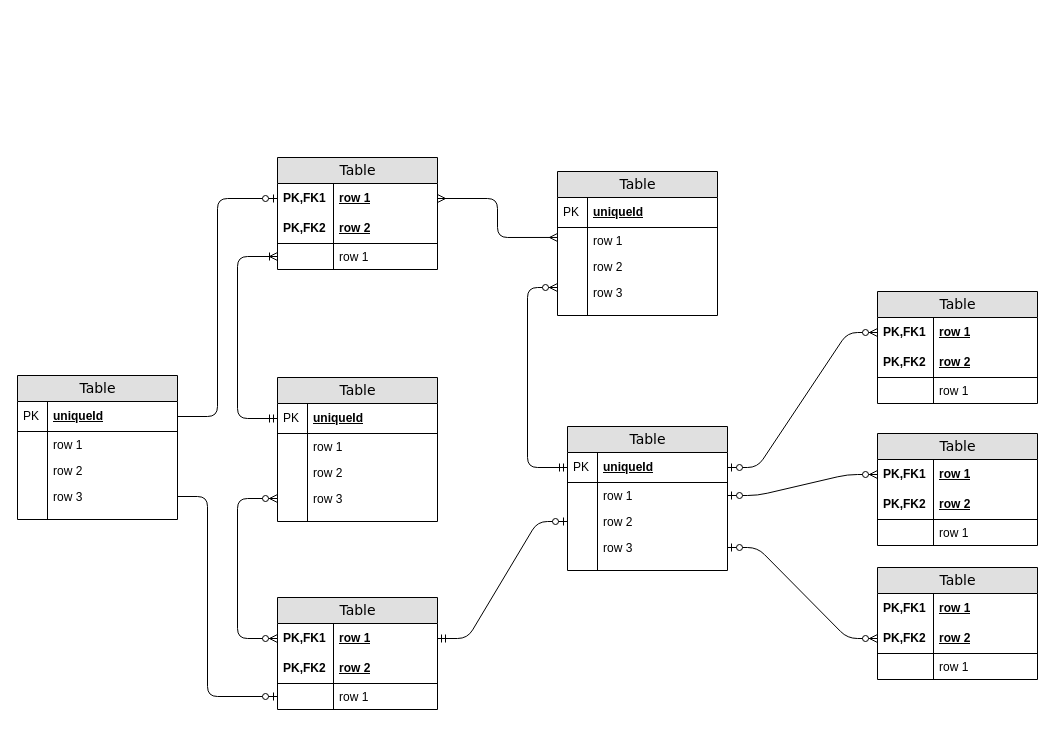
This is Untitled Diagram.drawio from jonasnapoles/projectFinalDocs, a draw.io file, before an edit. Source tidied: cells renumbered, new cells numbered last; positions are measured from the earlier drawing's top-left corner, leaving out a move shared by most shapes. Both pictures are drawn from the tidied source at 100%, with x=0, y=0 at pixel (17, 157).
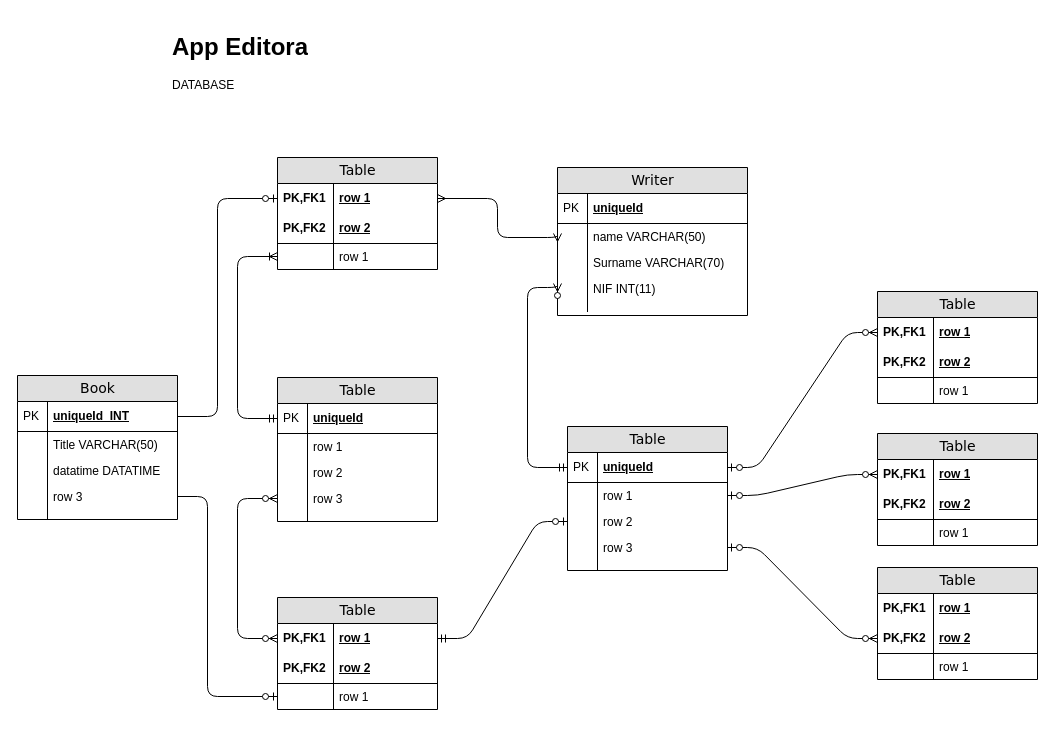
After the change.

Change to the diagram source:
```diff
@@
-    <mxCell id="9" value="Table" style="swimlane;html=1;fontStyle=0;horizontal=1;startSize=26;fillColor=#e0e0e0;swimlaneFillColor=#ffffff;align=center;rounded=0;shadow=0;comic=0;labelBackgroundColor=none;strokeWidth=1;fontFamily=Verdana;fontSize=14;swimlaneLine=1;" parent="1" vertex="1">
-      <mxGeometry x="540" y="14" width="160" height="144" as="geometry" />
+    <mxCell id="9" value="Writer" style="swimlane;html=1;fontStyle=0;horizontal=1;startSize=26;fillColor=#e0e0e0;swimlaneFillColor=#ffffff;align=center;rounded=0;shadow=0;comic=0;labelBackgroundColor=none;strokeWidth=1;fontFamily=Verdana;fontSize=14;swimlaneLine=1;" parent="1" vertex="1">
+      <mxGeometry x="540" y="10" width="190" height="148" as="geometry" />
     </mxCell>
     <mxCell id="10" value="uniqueId" style="shape=partialRectangle;top=0;left=0;right=0;bottom=1;html=1;align=left;verticalAlign=middle;fillColor=none;spacingLeft=34;spacingRight=4;whiteSpace=wrap;overflow=hidden;fontStyle=5;" parent="9" vertex="1">
-      <mxGeometry y="26" width="160" height="30" as="geometry" />
+      <mxGeometry y="26" width="190" height="30" as="geometry" />
     </mxCell>
@@
-    <mxCell id="12" value="row 1" style="shape=partialRectangle;top=0;left=0;right=0;bottom=0;html=1;align=left;verticalAlign=top;fillColor=none;spacingLeft=34;spacingRight=4;whiteSpace=wrap;overflow=hidden;points=[[0,0.5],[1,0.5]];portConstraint=eastwest;" parent="9" vertex="1">
-      <mxGeometry y="56" width="160" height="26" as="geometry" />
+    <mxCell id="12" value="name VARCHAR(50)" style="shape=partialRectangle;top=0;left=0;right=0;bottom=0;html=1;align=left;verticalAlign=top;fillColor=none;spacingLeft=34;spacingRight=4;whiteSpace=wrap;overflow=hidden;points=[[0,0.5],[1,0.5]];portConstraint=eastwest;" parent="9" vertex="1">
+      <mxGeometry y="56" width="190" height="26" as="geometry" />
     </mxCell>
@@
-    <mxCell id="14" value="row 2" style="shape=partialRectangle;top=0;left=0;right=0;bottom=0;html=1;align=left;verticalAlign=top;fillColor=none;spacingLeft=34;spacingRight=4;whiteSpace=wrap;overflow=hidden;" parent="9" vertex="1">
-      <mxGeometry y="82" width="160" height="26" as="geometry" />
+    <mxCell id="14" value="Surname VARCHAR(70)" style="shape=partialRectangle;top=0;left=0;right=0;bottom=0;html=1;align=left;verticalAlign=top;fillColor=none;spacingLeft=34;spacingRight=4;whiteSpace=wrap;overflow=hidden;" parent="9" vertex="1">
+      <mxGeometry y="82" width="190" height="26" as="geometry" />
     </mxCell>
@@
-    <mxCell id="16" value="row 3" style="shape=partialRectangle;top=0;left=0;right=0;bottom=0;html=1;align=left;verticalAlign=top;fillColor=none;spacingLeft=34;spacingRight=4;whiteSpace=wrap;overflow=hidden;points=[[0,0.5],[1,0.5]];portConstraint=eastwest;" parent="9" vertex="1">
-      <mxGeometry y="108" width="160" height="26" as="geometry" />
+    <mxCell id="16" value="NIF INT(11)" style="shape=partialRectangle;top=0;left=0;right=0;bottom=0;html=1;align=left;verticalAlign=top;fillColor=none;spacingLeft=34;spacingRight=4;whiteSpace=wrap;overflow=hidden;points=[[0,0.5],[1,0.5]];portConstraint=eastwest;" parent="9" vertex="1">
+      <mxGeometry y="108" width="190" height="26" as="geometry" />
     </mxCell>
@@
     <mxCell id="18" style="shape=partialRectangle;top=0;left=0;right=0;bottom=0;html=1;align=left;verticalAlign=top;fillColor=none;spacingLeft=34;spacingRight=4;whiteSpace=wrap;overflow=hidden;" parent="9" vertex="1">
-      <mxGeometry y="134" width="160" height="10" as="geometry" />
+      <mxGeometry y="134" width="190" height="10" as="geometry" />
     </mxCell>
@@
-    <mxCell id="78" value="Table" style="swimlane;html=1;fontStyle=0;horizontal=1;startSize=26;fillColor=#e0e0e0;swimlaneFillColor=#ffffff;align=center;rounded=0;shadow=0;comic=0;labelBackgroundColor=none;strokeWidth=1;fontFamily=Verdana;fontSize=14;" parent="1" vertex="1">
+    <mxCell id="78" value="Book" style="swimlane;html=1;fontStyle=0;horizontal=1;startSize=26;fillColor=#e0e0e0;swimlaneFillColor=#ffffff;align=center;rounded=0;shadow=0;comic=0;labelBackgroundColor=none;strokeWidth=1;fontFamily=Verdana;fontSize=14;" parent="1" vertex="1">
       <mxGeometry y="218" width="160" height="144" as="geometry" />
     </mxCell>
-    <mxCell id="79" value="uniqueId" style="shape=partialRectangle;top=0;left=0;right=0;bottom=1;html=1;align=left;verticalAlign=middle;fillColor=none;spacingLeft=34;spacingRight=4;whiteSpace=wrap;overflow=hidden;points=[[0,0.5],[1,0.5]];portConstraint=eastwest;fontStyle=5;" parent="78" vertex="1">
+    <mxCell id="79" value="uniqueId_INT" style="shape=partialRectangle;top=0;left=0;right=0;bottom=1;html=1;align=left;verticalAlign=middle;fillColor=none;spacingLeft=34;spacingRight=4;whiteSpace=wrap;overflow=hidden;points=[[0,0.5],[1,0.5]];portConstraint=eastwest;fontStyle=5;" parent="78" vertex="1">
       <mxGeometry y="26" width="160" height="30" as="geometry" />
     </mxCell>
@@
-    <mxCell id="81" value="row 1" style="shape=partialRectangle;top=0;left=0;right=0;bottom=0;html=1;align=left;verticalAlign=top;fillColor=none;spacingLeft=34;spacingRight=4;whiteSpace=wrap;overflow=hidden;" parent="78" vertex="1">
+    <mxCell id="81" value="Title VARCHAR(50)" style="shape=partialRectangle;top=0;left=0;right=0;bottom=0;html=1;align=left;verticalAlign=top;fillColor=none;spacingLeft=34;spacingRight=4;whiteSpace=wrap;overflow=hidden;" parent="78" vertex="1">
       <mxGeometry y="56" width="160" height="26" as="geometry" />
     </mxCell>
@@
-    <mxCell id="83" value="row 2" style="shape=partialRectangle;top=0;left=0;right=0;bottom=0;html=1;align=left;verticalAlign=top;fillColor=none;spacingLeft=34;spacingRight=4;whiteSpace=wrap;overflow=hidden;" parent="78" vertex="1">
+    <mxCell id="83" value="datatime DATATIME" style="shape=partialRectangle;top=0;left=0;right=0;bottom=0;html=1;align=left;verticalAlign=top;fillColor=none;spacingLeft=34;spacingRight=4;whiteSpace=wrap;overflow=hidden;" parent="78" vertex="1">
       <mxGeometry y="82" width="160" height="26" as="geometry" />
     </mxCell>
@@
+    <mxCell id="91" value="&lt;h1&gt;App Editora&lt;/h1&gt;&lt;p&gt;DATABASE&lt;/p&gt;" style="text;html=1;strokeColor=none;fillColor=none;spacing=5;spacingTop=-20;whiteSpace=wrap;overflow=hidden;rounded=0;" parent="1" vertex="1">
+      <mxGeometry x="150" y="-130" width="650" height="120" as="geometry" />
+    </mxCell>
```
